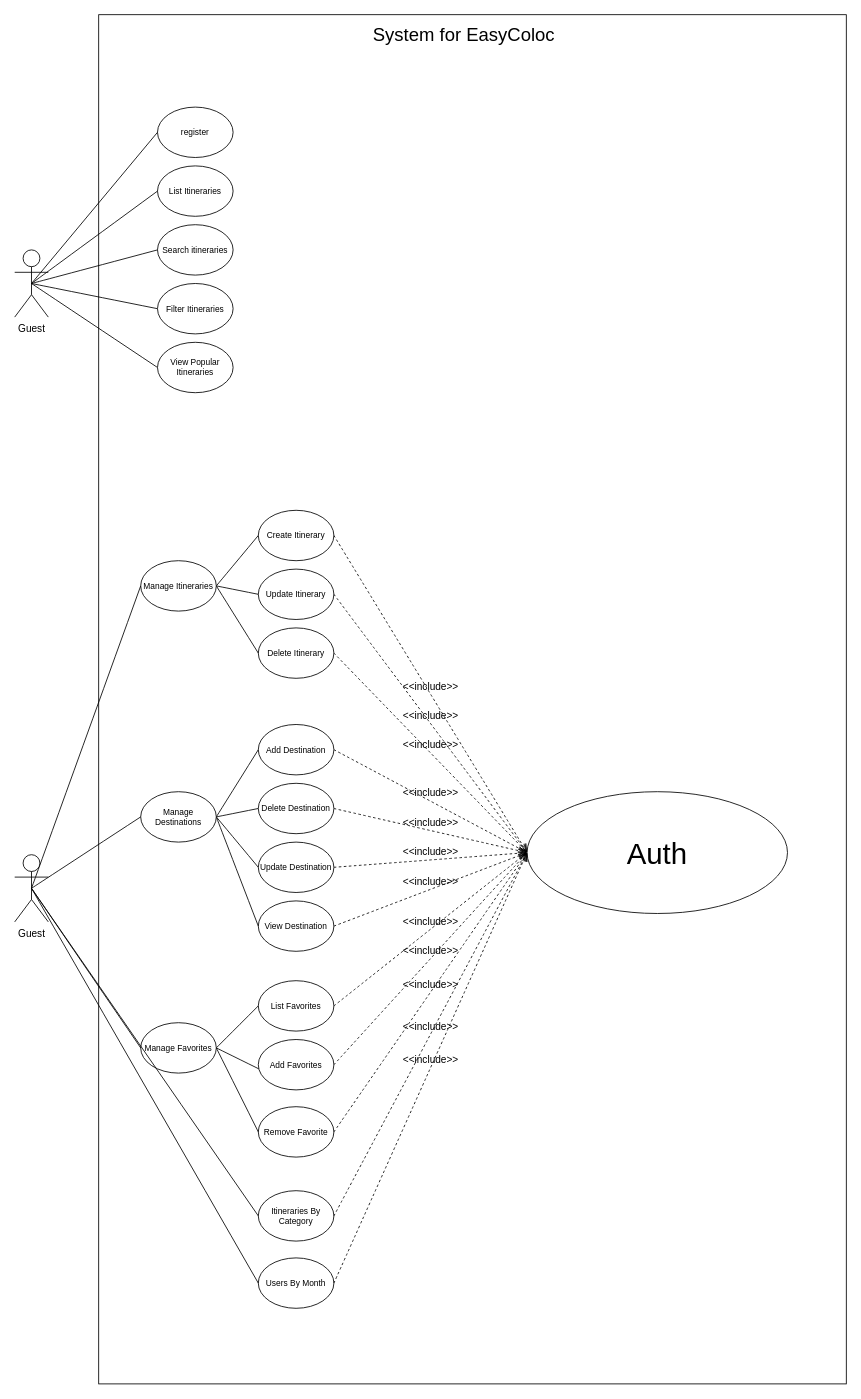
abdoelkabli12-lang/API-de-Gestion-d-Itin-raires-Touristiques-AtlasRoutes- keeps this draw.io diagram as AtlasRoutes/diagrams/UseCAseDaigram.drawio. Above is the earlier version. Source tidied: cells renumbered, new cells numbered last; positions are measured from the earlier drawing's top-left corner, leaving out a move shared by most shapes. Both pictures are drawn from the tidied source at 84%, with x=0, y=0 at pixel (14, 14).
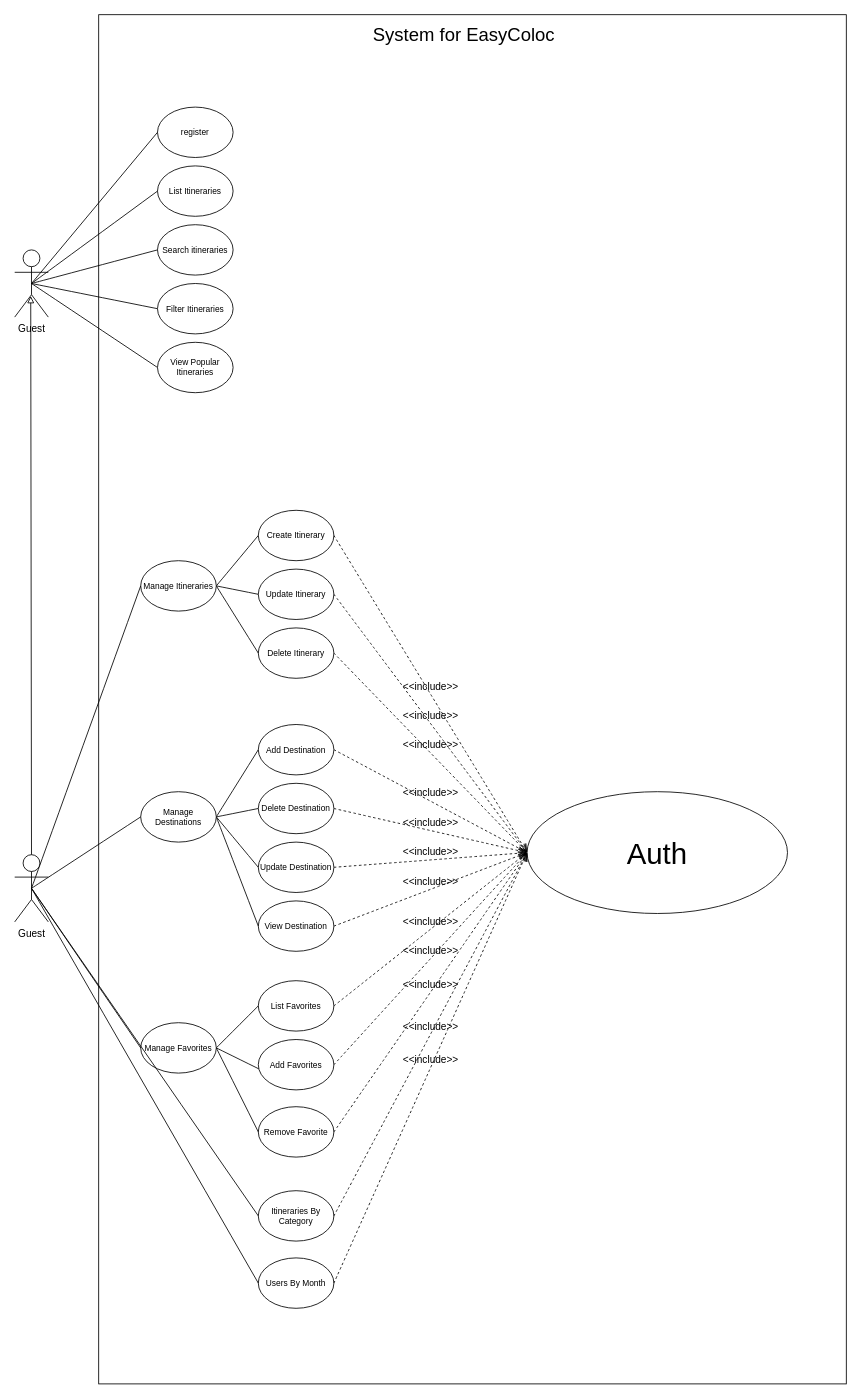
The same diagram, later.

The change refers to these unchanged cells:
```xml
<mxCell id="7" value="Guest" style="shape=umlActor;verticalLabelPosition=bottom;verticalAlign=top;html=1;" parent="1" vertex="1">
  <mxGeometry y="280" width="40" height="80" as="geometry" />
</mxCell>
<mxCell id="44" value="Guest" style="shape=umlActor;verticalLabelPosition=bottom;verticalAlign=top;html=1;" parent="1" vertex="1">
  <mxGeometry y="1000" width="40" height="80" as="geometry" />
</mxCell>
```

The edit, as a diff of the source:
```diff
@@
+    <mxCell id="59" style="edgeStyle=none;html=1;exitX=0.5;exitY=0;exitDx=0;exitDy=0;exitPerimeter=0;entryX=0.477;entryY=0.687;entryDx=0;entryDy=0;entryPerimeter=0;endArrow=block;endFill=0;" parent="1" edge="1" source="44" target="7">
+      <mxGeometry relative="1" as="geometry" />
+    </mxCell>
```
